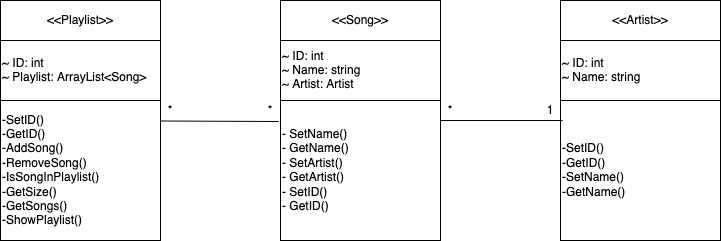
Above: Projects/ProjectA/Screenshots/Design/SWE4305 UML ProjectA.drawio.png in BSc-Hons-Computing-Bolton-Uni/swe4305-portfolio-001-SamKynaston (draw.io), before the change. Source tidied: cells renumbered, new cells last; positions are measured from the earlier drawing's top-left corner, leaving out a move shared by most shapes. Source of this version:
```xml
<mxGraphModel>
  <root>
    <mxCell id="0" />
    <mxCell id="1" parent="0" />
    <mxCell id="2" value="&amp;lt;&amp;lt;Song&amp;gt;&amp;gt;" style="rounded=0;whiteSpace=wrap;html=1;" parent="1" vertex="1">
      <mxGeometry x="280" width="160" height="40" as="geometry" />
    </mxCell>
    <mxCell id="3" value="&amp;lt;&amp;lt;Playlist&amp;gt;&amp;gt;" style="rounded=0;whiteSpace=wrap;html=1;" parent="1" vertex="1">
      <mxGeometry width="160" height="40" as="geometry" />
    </mxCell>
    <mxCell id="4" value="&amp;lt;&amp;lt;Artist&amp;gt;&amp;gt;" style="rounded=0;whiteSpace=wrap;html=1;" parent="1" vertex="1">
      <mxGeometry x="560" width="160" height="40" as="geometry" />
    </mxCell>
    <mxCell id="5" value="&lt;div&gt;~ ID: int&lt;/div&gt;&lt;div&gt;~ Name: string&lt;/div&gt;&lt;div&gt;~ Artist: Artist&lt;/div&gt;" style="rounded=0;whiteSpace=wrap;html=1;align=left;" parent="1" vertex="1">
      <mxGeometry x="280" y="40" width="160" height="60" as="geometry" />
    </mxCell>
    <mxCell id="6" value="&lt;div&gt;- SetName()&lt;/div&gt;&lt;div&gt;- GetName()&lt;/div&gt;&lt;div&gt;- SetArtist()&lt;/div&gt;&lt;div&gt;- GetArtist()&lt;/div&gt;&lt;div&gt;- SetID()&lt;/div&gt;&lt;div&gt;- GetID()&lt;/div&gt;" style="rounded=0;whiteSpace=wrap;html=1;align=left;" parent="1" vertex="1">
      <mxGeometry x="280" y="100" width="160" height="140" as="geometry" />
    </mxCell>
    <mxCell id="7" value="&lt;div&gt;~ ID: int&lt;/div&gt;&lt;div&gt;~ Playlist: ArrayList&amp;lt;Song&amp;gt;&lt;/div&gt;" style="rounded=0;whiteSpace=wrap;html=1;align=left;" parent="1" vertex="1">
      <mxGeometry y="40" width="160" height="60" as="geometry" />
    </mxCell>
    <mxCell id="8" value="&lt;div&gt;-SetID()&lt;/div&gt;&lt;div&gt;-GetID()&lt;/div&gt;&lt;div&gt;-AddSong()&lt;/div&gt;&lt;div&gt;-RemoveSong()&lt;/div&gt;&lt;div&gt;-IsSongInPlaylist()&lt;/div&gt;&lt;div&gt;-GetSize()&lt;/div&gt;&lt;div&gt;-GetSongs()&lt;/div&gt;&lt;div&gt;-ShowPlaylist()&lt;/div&gt;" style="rounded=0;whiteSpace=wrap;html=1;align=left;" parent="1" vertex="1">
      <mxGeometry y="100" width="160" height="140" as="geometry" />
    </mxCell>
    <mxCell id="9" value="&lt;div&gt;~ ID: int&lt;/div&gt;&lt;div&gt;~ Name: string&lt;/div&gt;" style="rounded=0;whiteSpace=wrap;html=1;align=left;" parent="1" vertex="1">
      <mxGeometry x="560" y="40" width="160" height="60" as="geometry" />
    </mxCell>
    <mxCell id="10" value="&lt;div&gt;-SetID()&lt;/div&gt;&lt;div&gt;-GetID()&lt;/div&gt;&lt;div&gt;-SetName()&lt;/div&gt;&lt;div&gt;-GetName()&lt;/div&gt;" style="rounded=0;whiteSpace=wrap;html=1;align=left;" parent="1" vertex="1">
      <mxGeometry x="560" y="100" width="160" height="140" as="geometry" />
    </mxCell>
    <mxCell id="11" style="endArrow=none;html=1;rounded=0;entryX=-0.012;entryY=0.15;entryDx=0;entryDy=0;exitX=1;exitY=0.5;exitDx=0;exitDy=0;entryPerimeter=0;" parent="1" edge="1" target="6">
      <mxGeometry relative="1" as="geometry">
        <mxPoint x="160" y="120.5" as="sourcePoint" />
      </mxGeometry>
    </mxCell>
    <mxCell id="12" style="endArrow=none;html=1;rounded=0;entryX=0.013;entryY=0.143;entryDx=0;entryDy=0;entryPerimeter=0;exitX=1;exitY=0.143;exitDx=0;exitDy=0;exitPerimeter=0;" parent="1" edge="1" source="6" target="10">
      <mxGeometry relative="1" as="geometry" />
    </mxCell>
    <mxCell id="13" value="1" style="text;html=1;align=center;verticalAlign=middle;whiteSpace=wrap;rounded=0;" parent="1" vertex="1">
      <mxGeometry x="540" y="100" width="20" height="20" as="geometry" />
    </mxCell>
    <mxCell id="14" value="*" style="text;html=1;align=center;verticalAlign=middle;whiteSpace=wrap;rounded=0;" parent="1" vertex="1">
      <mxGeometry x="440" y="100" width="20" height="20" as="geometry" />
    </mxCell>
    <mxCell id="15" value="*" style="text;html=1;align=center;verticalAlign=middle;whiteSpace=wrap;rounded=0;" parent="1" vertex="1">
      <mxGeometry x="260" y="100" width="20" height="20" as="geometry" />
    </mxCell>
    <mxCell id="16" value="*" style="text;html=1;align=center;verticalAlign=middle;whiteSpace=wrap;rounded=0;" parent="1" vertex="1">
      <mxGeometry x="160" y="100" width="20" height="20" as="geometry" />
    </mxCell>
  </root>
</mxGraphModel>
```
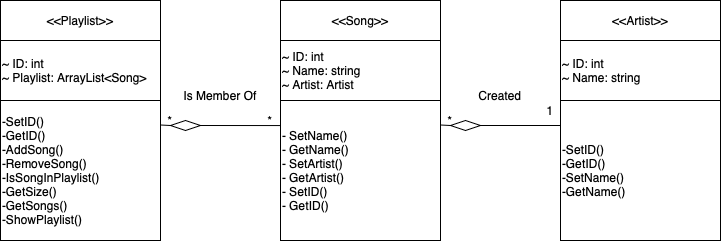
Above is the later version.

Commit message:
updated class diagram

What changed in the source:
```diff
@@ -29,25 +29,47 @@
     <mxCell id="10" value="&lt;div&gt;-SetID()&lt;/div&gt;&lt;div&gt;-GetID()&lt;/div&gt;&lt;div&gt;-SetName()&lt;/div&gt;&lt;div&gt;-GetName()&lt;/div&gt;" style="rounded=0;whiteSpace=wrap;html=1;align=left;" parent="1" vertex="1">
       <mxGeometry x="560" y="100" width="160" height="140" as="geometry" />
     </mxCell>
-    <mxCell id="11" style="endArrow=none;html=1;rounded=0;entryX=-0.012;entryY=0.15;entryDx=0;entryDy=0;exitX=1;exitY=0.5;exitDx=0;exitDy=0;entryPerimeter=0;" parent="1" edge="1" target="6">
-      <mxGeometry relative="1" as="geometry">
-        <mxPoint x="160" y="120.5" as="sourcePoint" />
-      </mxGeometry>
-    </mxCell>
-    <mxCell id="12" style="endArrow=none;html=1;rounded=0;entryX=0.013;entryY=0.143;entryDx=0;entryDy=0;entryPerimeter=0;exitX=1;exitY=0.143;exitDx=0;exitDy=0;exitPerimeter=0;" parent="1" edge="1" source="6" target="10">
-      <mxGeometry relative="1" as="geometry" />
-    </mxCell>
+    <mxCell id="17" style="rhombus;whiteSpace=wrap;html=1;fillColor=#FFFFFF;" parent="1" vertex="1">
+      <mxGeometry x="170" y="120" width="30" height="10" as="geometry" />
+    </mxCell>
+    <mxCell id="18" style="endArrow=none;html=1;rounded=0;exitX=1;exitY=0.5;exitDx=0;exitDy=0;entryX=0;entryY=0.179;entryDx=0;entryDy=0;entryPerimeter=0;" parent="1" edge="1" source="17" target="6">
+      <mxGeometry relative="1" as="geometry" />
+    </mxCell>
+    <mxCell id="19" style="endArrow=none;html=1;rounded=0;exitX=1;exitY=0.5;exitDx=0;exitDy=0;entryX=0;entryY=0.5;entryDx=0;entryDy=0;" parent="1" edge="1" target="17">
+      <mxGeometry relative="1" as="geometry">
+        <mxPoint x="160" y="124.5" as="sourcePoint" />
+      </mxGeometry>
+    </mxCell>
+    <mxCell id="20" style="rhombus;whiteSpace=wrap;html=1;fillColor=#FFFFFF;" parent="1" vertex="1">
+      <mxGeometry x="450" y="120" width="30" height="10" as="geometry" />
+    </mxCell>
+    <mxCell id="21" style="endArrow=none;html=1;rounded=0;exitX=1;exitY=0.5;exitDx=0;exitDy=0;entryX=0;entryY=0.179;entryDx=0;entryDy=0;entryPerimeter=0;" parent="1" edge="1" source="20">
+      <mxGeometry relative="1" as="geometry">
+        <mxPoint x="560" y="125" as="targetPoint" />
+      </mxGeometry>
+    </mxCell>
+    <mxCell id="22" style="endArrow=none;html=1;rounded=0;exitX=1;exitY=0.5;exitDx=0;exitDy=0;entryX=0;entryY=0.5;entryDx=0;entryDy=0;" parent="1" edge="1" target="20">
+      <mxGeometry relative="1" as="geometry">
+        <mxPoint x="440" y="124.5" as="sourcePoint" />
+      </mxGeometry>
+    </mxCell>
+    <mxCell id="23" value="*" style="text;html=1;align=center;verticalAlign=middle;whiteSpace=wrap;rounded=0;" parent="1" vertex="1">
+      <mxGeometry x="260" y="110" width="20" height="20" as="geometry" />
+    </mxCell>
+    <mxCell id="24" value="*" style="text;html=1;align=center;verticalAlign=middle;whiteSpace=wrap;rounded=0;" parent="1" vertex="1">
+      <mxGeometry x="160" y="110" width="20" height="20" as="geometry" />
+    </mxCell>
+    <mxCell id="25" value="*" style="text;html=1;align=center;verticalAlign=middle;whiteSpace=wrap;rounded=0;" parent="1" vertex="1">
+      <mxGeometry x="440" y="110" width="20" height="20" as="geometry" />
+    </mxCell>
     <mxCell id="13" value="1" style="text;html=1;align=center;verticalAlign=middle;whiteSpace=wrap;rounded=0;" parent="1" vertex="1">
       <mxGeometry x="540" y="100" width="20" height="20" as="geometry" />
     </mxCell>
-    <mxCell id="14" value="*" style="text;html=1;align=center;verticalAlign=middle;whiteSpace=wrap;rounded=0;" parent="1" vertex="1">
-      <mxGeometry x="440" y="100" width="20" height="20" as="geometry" />
-    </mxCell>
-    <mxCell id="15" value="*" style="text;html=1;align=center;verticalAlign=middle;whiteSpace=wrap;rounded=0;" parent="1" vertex="1">
-      <mxGeometry x="260" y="100" width="20" height="20" as="geometry" />
-    </mxCell>
-    <mxCell id="16" value="*" style="text;html=1;align=center;verticalAlign=middle;whiteSpace=wrap;rounded=0;" parent="1" vertex="1">
-      <mxGeometry x="160" y="100" width="20" height="20" as="geometry" />
-    </mxCell>
+    <mxCell id="26" value="Created" style="text;html=1;align=center;verticalAlign=middle;whiteSpace=wrap;rounded=0;" parent="1" vertex="1">
+      <mxGeometry x="470" y="80" width="60" height="30" as="geometry" />
+    </mxCell>
+    <mxCell id="27" value="Is Member Of" style="text;html=1;align=center;verticalAlign=middle;whiteSpace=wrap;rounded=0;" parent="1" vertex="1">
+      <mxGeometry x="180" y="80" width="80" height="30" as="geometry" />
+    </mxCell>
   </root>
 </mxGraphModel>
```
